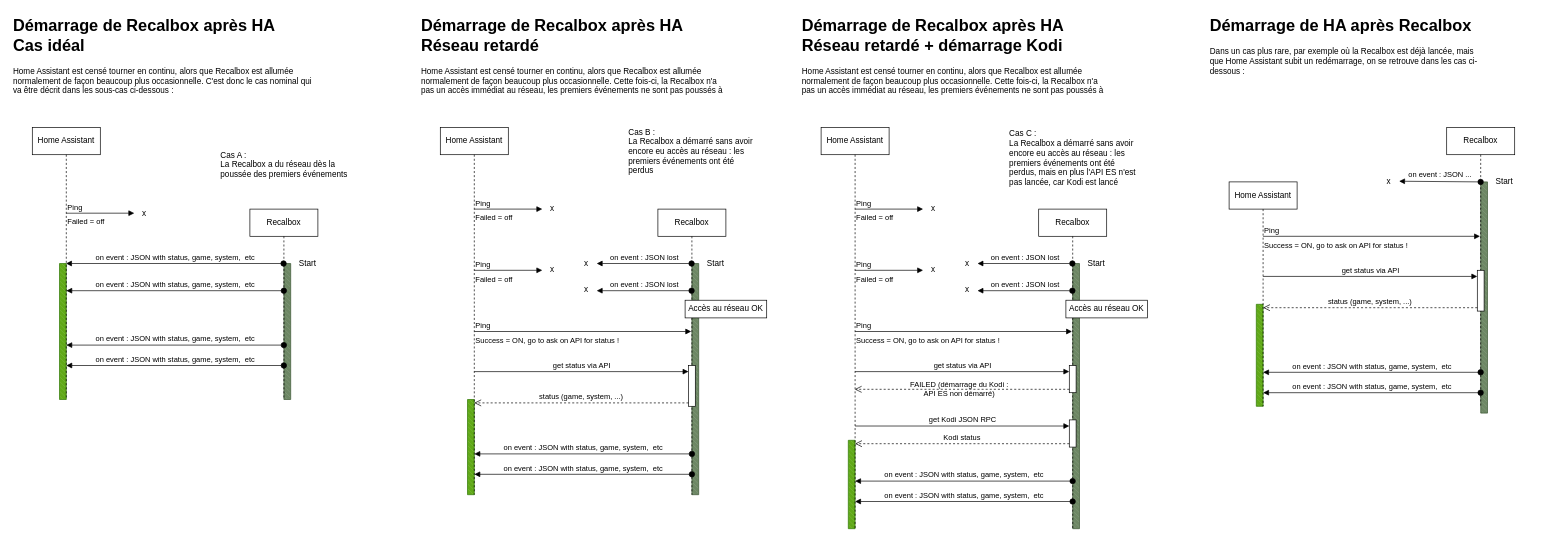
Before: docs/RecalboxSequenceDiagrams.drawio in recalbox/RecalboxHomeAssistant, a draw.io diagram. Source tidied: cells renumbered, new cells numbered last; positions are measured from the earlier drawing's top-left corner, leaving out a move shared by most shapes. Both pictures are drawn from the tidied source at 68%, with x=0, y=0 at pixel (12, 12).
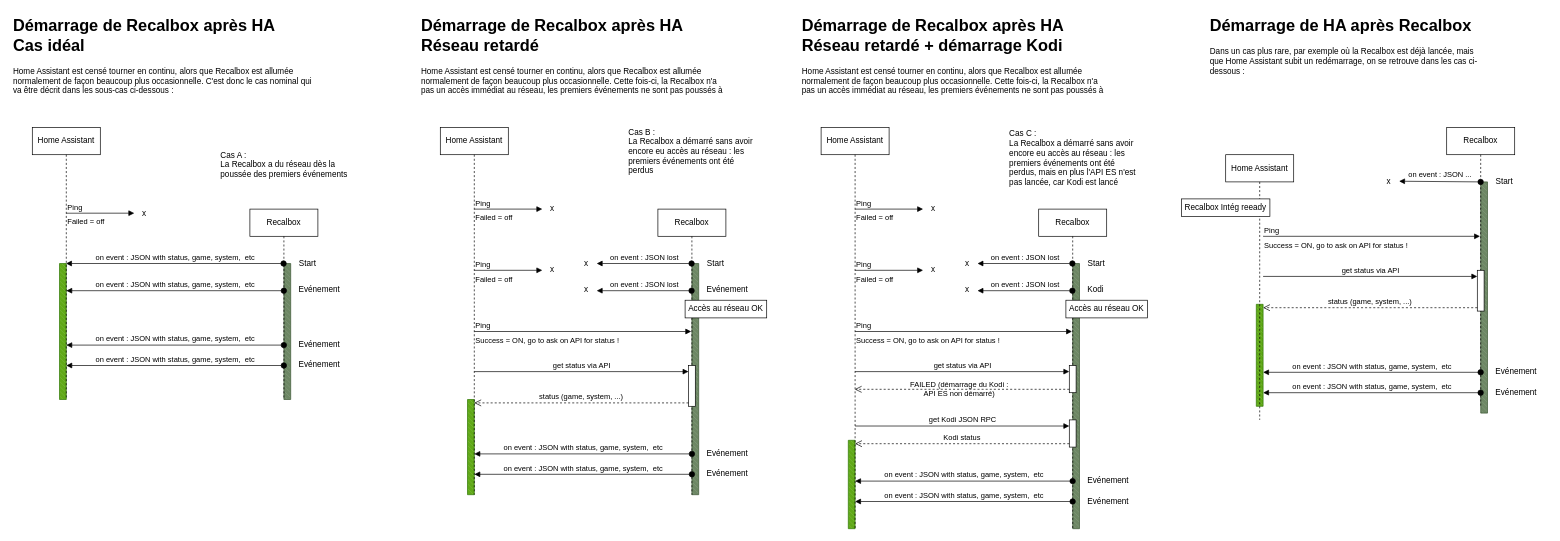
After the change.

Commit message:
Update diagram sequences

What changed in the source:
```diff
@@
     <mxCell id="14" value="Home Assistant" style="shape=umlLifeline;perimeter=lifelinePerimeter;whiteSpace=wrap;html=1;newEdgeStyle={&quot;curved&quot;:0,&quot;rounded&quot;:0};" parent="1" vertex="1">
-      <mxGeometry x="1790" y="250" width="100" height="330" as="geometry" />
+      <mxGeometry x="1785" y="210" width="100" height="390" as="geometry" />
     </mxCell>
@@
+    <mxCell id="84" value="Evénement" style="text;html=1;whiteSpace=wrap;strokeColor=none;fillColor=none;align=left;verticalAlign=middle;rounded=0;" parent="1" vertex="1">
+      <mxGeometry x="420" y="394" width="80" height="30" as="geometry" />
+    </mxCell>
+    <mxCell id="85" value="Evénement" style="text;html=1;whiteSpace=wrap;strokeColor=none;fillColor=none;align=left;verticalAlign=middle;rounded=0;" parent="1" vertex="1">
+      <mxGeometry x="420" y="474" width="80" height="30" as="geometry" />
+    </mxCell>
+    <mxCell id="86" value="Evénement" style="text;html=1;whiteSpace=wrap;strokeColor=none;fillColor=none;align=left;verticalAlign=middle;rounded=0;" parent="1" vertex="1">
+      <mxGeometry x="420" y="504" width="80" height="30" as="geometry" />
+    </mxCell>
+    <mxCell id="87" value="Evénement" style="text;html=1;whiteSpace=wrap;strokeColor=none;fillColor=none;align=left;verticalAlign=middle;rounded=0;" parent="1" vertex="1">
+      <mxGeometry x="1020" y="394" width="80" height="30" as="geometry" />
+    </mxCell>
+    <mxCell id="88" value="Kodi" style="text;html=1;whiteSpace=wrap;strokeColor=none;fillColor=none;align=left;verticalAlign=middle;rounded=0;" parent="1" vertex="1">
+      <mxGeometry x="1580" y="394" width="50" height="30" as="geometry" />
+    </mxCell>
+    <mxCell id="89" value="Evénement" style="text;html=1;whiteSpace=wrap;strokeColor=none;fillColor=none;align=left;verticalAlign=middle;rounded=0;" parent="1" vertex="1">
+      <mxGeometry x="2180" y="514" width="80" height="30" as="geometry" />
+    </mxCell>
+    <mxCell id="90" value="Evénement" style="text;html=1;whiteSpace=wrap;strokeColor=none;fillColor=none;align=left;verticalAlign=middle;rounded=0;" parent="1" vertex="1">
+      <mxGeometry x="2180" y="545" width="80" height="30" as="geometry" />
+    </mxCell>
+    <mxCell id="91" value="Evénement" style="text;html=1;whiteSpace=wrap;strokeColor=none;fillColor=none;align=left;verticalAlign=middle;rounded=0;" parent="1" vertex="1">
+      <mxGeometry x="1580" y="675" width="80" height="30" as="geometry" />
+    </mxCell>
+    <mxCell id="92" value="Evénement" style="text;html=1;whiteSpace=wrap;strokeColor=none;fillColor=none;align=left;verticalAlign=middle;rounded=0;" parent="1" vertex="1">
+      <mxGeometry x="1580" y="705" width="80" height="30" as="geometry" />
+    </mxCell>
+    <mxCell id="93" value="Evénement" style="text;html=1;whiteSpace=wrap;strokeColor=none;fillColor=none;align=left;verticalAlign=middle;rounded=0;" parent="1" vertex="1">
+      <mxGeometry x="1020" y="634" width="80" height="30" as="geometry" />
+    </mxCell>
+    <mxCell id="94" value="Evénement" style="text;html=1;whiteSpace=wrap;strokeColor=none;fillColor=none;align=left;verticalAlign=middle;rounded=0;" parent="1" vertex="1">
+      <mxGeometry x="1020" y="664" width="80" height="30" as="geometry" />
+    </mxCell>
+    <mxCell id="95" value="Recalbox Intég reeady" style="html=1;whiteSpace=wrap;" parent="1" vertex="1">
+      <mxGeometry x="1720" y="275" width="130" height="26" as="geometry" />
+    </mxCell>
```
